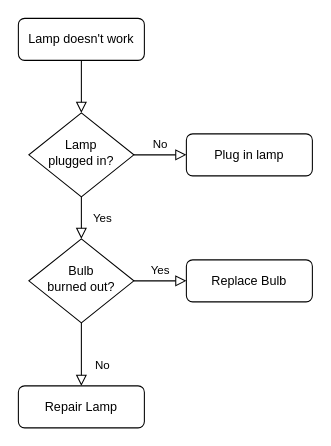
smzajac/draw-diagrams keeps this draw.io diagram as Untitled Diagram.drawio. Above is the earlier version. Source tidied: cells renumbered, new cells numbered last; positions are measured from the earlier drawing's top-left corner, leaving out a move shared by most shapes. Both pictures are drawn from the tidied source at 105%, with x=0, y=0 at pixel (18, 18).
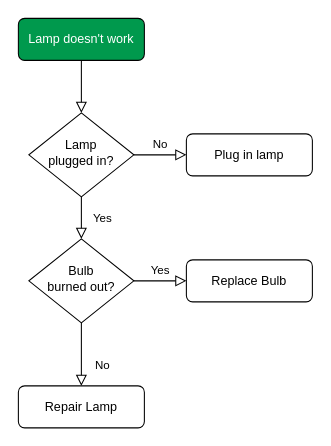
After the change.

Diff of the diagram source:
```diff
@@
 <mxGraphModel>
   <root>
     <mxCell id="0" />
     <mxCell id="1" parent="0" />
     <mxCell id="2" style="rounded=0;html=1;jettySize=auto;fontSize=11;endArrow=block;endFill=0;endSize=8;strokeWidth=1;shadow=0;labelBackgroundColor=none;edgeStyle=orthogonalEdgeStyle;" parent="1" edge="1" source="3" target="6">
       <mxGeometry relative="1" as="geometry" />
     </mxCell>
-    <mxCell id="3" value="Lamp doesn't work" style="rounded=1;whiteSpace=wrap;html=1;fontSize=12;glass=0;strokeWidth=1;shadow=0;" parent="1" vertex="1">
+    <mxCell id="3" value="&lt;font color=&quot;#ffffff&quot;&gt;Lamp doesn't work&lt;/font&gt;" style="rounded=1;whiteSpace=wrap;html=1;fontSize=12;glass=0;strokeWidth=1;shadow=0;fillColor=#00994D;" parent="1" vertex="1">
       <mxGeometry width="120" height="40" as="geometry" />
     </mxCell>
     <mxCell id="4" value="Yes" style="rounded=0;html=1;jettySize=auto;fontSize=11;endArrow=block;endFill=0;endSize=8;strokeWidth=1;shadow=0;labelBackgroundColor=none;edgeStyle=orthogonalEdgeStyle;" parent="1" edge="1" source="6" target="10">
       <mxGeometry y="20" relative="1" as="geometry" />
     </mxCell>
     <mxCell id="5" value="No" style="edgeStyle=orthogonalEdgeStyle;rounded=0;html=1;jettySize=auto;fontSize=11;endArrow=block;endFill=0;endSize=8;strokeWidth=1;shadow=0;labelBackgroundColor=none;" parent="1" edge="1" source="6" target="7">
       <mxGeometry y="10" relative="1" as="geometry" />
     </mxCell>
     <mxCell id="6" value="Lamp&lt;br&gt;plugged in?" style="rhombus;whiteSpace=wrap;html=1;shadow=0;fontFamily=Helvetica;fontSize=12;align=center;strokeWidth=1;spacing=6;spacingTop=-4;" parent="1" vertex="1">
       <mxGeometry x="10" y="90" width="100" height="80" as="geometry" />
     </mxCell>
     <mxCell id="7" value="Plug in lamp" style="rounded=1;whiteSpace=wrap;html=1;fontSize=12;glass=0;strokeWidth=1;shadow=0;" parent="1" vertex="1">
       <mxGeometry x="160" y="110" width="120" height="40" as="geometry" />
     </mxCell>
     <mxCell id="8" value="No" style="rounded=0;html=1;jettySize=auto;fontSize=11;endArrow=block;endFill=0;endSize=8;strokeWidth=1;shadow=0;labelBackgroundColor=none;edgeStyle=orthogonalEdgeStyle;" parent="1" edge="1" source="10" target="11">
       <mxGeometry x="0.33" y="20" relative="1" as="geometry" />
     </mxCell>
     <mxCell id="9" value="Yes" style="edgeStyle=orthogonalEdgeStyle;rounded=0;html=1;jettySize=auto;fontSize=11;endArrow=block;endFill=0;endSize=8;strokeWidth=1;shadow=0;labelBackgroundColor=none;" parent="1" edge="1" source="10" target="12">
       <mxGeometry y="10" relative="1" as="geometry" />
     </mxCell>
     <mxCell id="10" value="Bulb&lt;br&gt;burned out?" style="rhombus;whiteSpace=wrap;html=1;shadow=0;fontFamily=Helvetica;fontSize=12;align=center;strokeWidth=1;spacing=6;spacingTop=-4;" parent="1" vertex="1">
       <mxGeometry x="10" y="210" width="100" height="80" as="geometry" />
     </mxCell>
     <mxCell id="11" value="Repair Lamp" style="rounded=1;whiteSpace=wrap;html=1;fontSize=12;glass=0;strokeWidth=1;shadow=0;" parent="1" vertex="1">
       <mxGeometry y="350" width="120" height="40" as="geometry" />
     </mxCell>
     <mxCell id="12" value="Replace Bulb" style="rounded=1;whiteSpace=wrap;html=1;fontSize=12;glass=0;strokeWidth=1;shadow=0;" parent="1" vertex="1">
       <mxGeometry x="160" y="230" width="120" height="40" as="geometry" />
     </mxCell>
   </root>
 </mxGraphModel>
```
